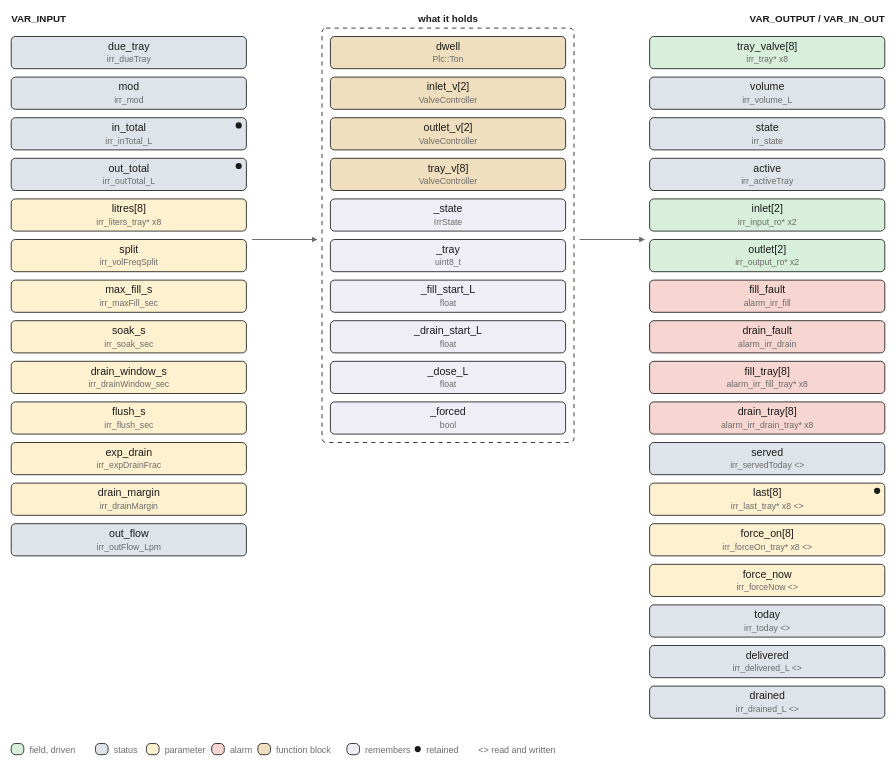
Above: images/logic/irrigation.drawio.svg in pstch/botanik2 (draw.io), before the change. Source tidied: cells renumbered, new cells last; positions are measured from the earlier drawing's top-left corner, leaving out a move shared by most shapes.
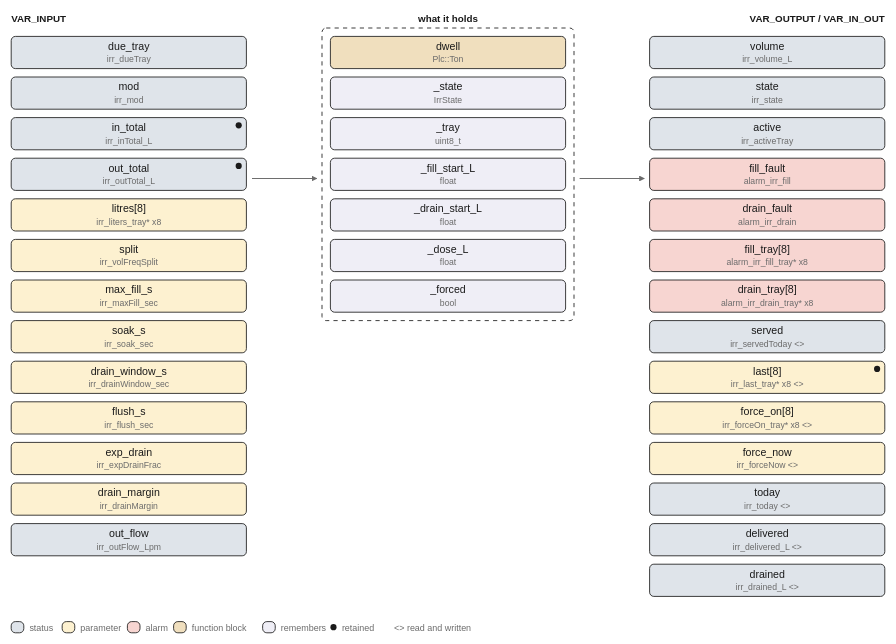
After the commit.

Diff of the diagram source:
```diff
@@ -56,149 +56,125 @@
     <mxCell id="19" value="out_flow" style="rounded=1;fillColor=#dfe4ea;strokeColor=#1a1a1a;whiteSpace=wrap;html=1;fontSize=8;" parent="1" vertex="1">
       <mxGeometry y="365" width="168" height="23" as="geometry" />
     </mxCell>
-    <mxCell id="20" value="tray_valve[8]" style="rounded=1;fillColor=#d7efdb;strokeColor=#1a1a1a;whiteSpace=wrap;html=1;fontSize=8;" parent="1" vertex="1">
+    <mxCell id="20" value="volume" style="rounded=1;fillColor=#dfe4ea;strokeColor=#1a1a1a;whiteSpace=wrap;html=1;fontSize=8;" parent="1" vertex="1">
       <mxGeometry x="456" y="17" width="168" height="23" as="geometry" />
     </mxCell>
-    <mxCell id="21" value="volume" style="rounded=1;fillColor=#dfe4ea;strokeColor=#1a1a1a;whiteSpace=wrap;html=1;fontSize=8;" parent="1" vertex="1">
+    <mxCell id="21" value="state" style="rounded=1;fillColor=#dfe4ea;strokeColor=#1a1a1a;whiteSpace=wrap;html=1;fontSize=8;" parent="1" vertex="1">
       <mxGeometry x="456" y="46" width="168" height="23" as="geometry" />
     </mxCell>
-    <mxCell id="22" value="state" style="rounded=1;fillColor=#dfe4ea;strokeColor=#1a1a1a;whiteSpace=wrap;html=1;fontSize=8;" parent="1" vertex="1">
+    <mxCell id="22" value="active" style="rounded=1;fillColor=#dfe4ea;strokeColor=#1a1a1a;whiteSpace=wrap;html=1;fontSize=8;" parent="1" vertex="1">
       <mxGeometry x="456" y="75" width="168" height="23" as="geometry" />
     </mxCell>
-    <mxCell id="23" value="active" style="rounded=1;fillColor=#dfe4ea;strokeColor=#1a1a1a;whiteSpace=wrap;html=1;fontSize=8;" parent="1" vertex="1">
+    <mxCell id="23" value="fill_fault" style="rounded=1;fillColor=#f7d5d1;strokeColor=#1a1a1a;whiteSpace=wrap;html=1;fontSize=8;" parent="1" vertex="1">
       <mxGeometry x="456" y="104" width="168" height="23" as="geometry" />
     </mxCell>
-    <mxCell id="24" value="inlet[2]" style="rounded=1;fillColor=#d7efdb;strokeColor=#1a1a1a;whiteSpace=wrap;html=1;fontSize=8;" parent="1" vertex="1">
+    <mxCell id="24" value="drain_fault" style="rounded=1;fillColor=#f7d5d1;strokeColor=#1a1a1a;whiteSpace=wrap;html=1;fontSize=8;" parent="1" vertex="1">
       <mxGeometry x="456" y="133" width="168" height="23" as="geometry" />
     </mxCell>
-    <mxCell id="25" value="outlet[2]" style="rounded=1;fillColor=#d7efdb;strokeColor=#1a1a1a;whiteSpace=wrap;html=1;fontSize=8;" parent="1" vertex="1">
+    <mxCell id="25" value="fill_tray[8]" style="rounded=1;fillColor=#f7d5d1;strokeColor=#1a1a1a;whiteSpace=wrap;html=1;fontSize=8;" parent="1" vertex="1">
       <mxGeometry x="456" y="162" width="168" height="23" as="geometry" />
     </mxCell>
-    <mxCell id="26" value="fill_fault" style="rounded=1;fillColor=#f7d5d1;strokeColor=#1a1a1a;whiteSpace=wrap;html=1;fontSize=8;" parent="1" vertex="1">
+    <mxCell id="26" value="drain_tray[8]" style="rounded=1;fillColor=#f7d5d1;strokeColor=#1a1a1a;whiteSpace=wrap;html=1;fontSize=8;" parent="1" vertex="1">
       <mxGeometry x="456" y="191" width="168" height="23" as="geometry" />
     </mxCell>
-    <mxCell id="27" value="drain_fault" style="rounded=1;fillColor=#f7d5d1;strokeColor=#1a1a1a;whiteSpace=wrap;html=1;fontSize=8;" parent="1" vertex="1">
+    <mxCell id="27" value="served" style="rounded=1;fillColor=#dfe4ea;strokeColor=#1a1a1a;whiteSpace=wrap;html=1;fontSize=8;" parent="1" vertex="1">
       <mxGeometry x="456" y="220" width="168" height="23" as="geometry" />
     </mxCell>
-    <mxCell id="28" value="fill_tray[8]" style="rounded=1;fillColor=#f7d5d1;strokeColor=#1a1a1a;whiteSpace=wrap;html=1;fontSize=8;" parent="1" vertex="1">
+    <mxCell id="28" value="last[8]" style="rounded=1;fillColor=#fdf1d0;strokeColor=#1a1a1a;whiteSpace=wrap;html=1;fontSize=8;" parent="1" vertex="1">
       <mxGeometry x="456" y="249" width="168" height="23" as="geometry" />
     </mxCell>
-    <mxCell id="29" value="drain_tray[8]" style="rounded=1;fillColor=#f7d5d1;strokeColor=#1a1a1a;whiteSpace=wrap;html=1;fontSize=8;" parent="1" vertex="1">
-      <mxGeometry x="456" y="278" width="168" height="23" as="geometry" />
-    </mxCell>
+    <mxCell id="66" style="ellipse;fillColor=#1a1a1a;strokeColor=none;" parent="1" vertex="1">
+      <mxGeometry x="616.3" y="252.3" width="4.4" height="4.4" as="geometry" />
+    </mxCell>
-    <mxCell id="30" value="served" style="rounded=1;fillColor=#dfe4ea;strokeColor=#1a1a1a;whiteSpace=wrap;html=1;fontSize=8;" parent="1" vertex="1">
-      <mxGeometry x="456" y="307" width="168" height="23" as="geometry" />
+    <mxCell id="30" value="force_on[8]" style="rounded=1;fillColor=#fdf1d0;strokeColor=#1a1a1a;whiteSpace=wrap;html=1;fontSize=8;" parent="1" vertex="1">
+      <mxGeometry x="456" y="278" width="168" height="23" as="geometry" />
     </mxCell>
-    <mxCell id="31" value="last[8]" style="rounded=1;fillColor=#fdf1d0;strokeColor=#1a1a1a;whiteSpace=wrap;html=1;fontSize=8;" parent="1" vertex="1">
-      <mxGeometry x="456" y="336" width="168" height="23" as="geometry" />
+    <mxCell id="31" value="force_now" style="rounded=1;fillColor=#fdf1d0;strokeColor=#1a1a1a;whiteSpace=wrap;html=1;fontSize=8;" parent="1" vertex="1">
+      <mxGeometry x="456" y="307" width="168" height="23" as="geometry" />
     </mxCell>
-    <mxCell id="32" style="ellipse;fillColor=#1a1a1a;strokeColor=none;" parent="1" vertex="1">
-      <mxGeometry x="616.3" y="339.3" width="4.4" height="4.4" as="geometry" />
-    </mxCell>
+    <mxCell id="67" value="today" style="rounded=1;fillColor=#dfe4ea;strokeColor=#1a1a1a;whiteSpace=wrap;html=1;fontSize=8;" parent="1" vertex="1">
+      <mxGeometry x="456" y="336" width="168" height="23" as="geometry" />
+    </mxCell>
-    <mxCell id="33" value="force_on[8]" style="rounded=1;fillColor=#fdf1d0;strokeColor=#1a1a1a;whiteSpace=wrap;html=1;fontSize=8;" parent="1" vertex="1">
+    <mxCell id="33" value="delivered" style="rounded=1;fillColor=#dfe4ea;strokeColor=#1a1a1a;whiteSpace=wrap;html=1;fontSize=8;" parent="1" vertex="1">
       <mxGeometry x="456" y="365" width="168" height="23" as="geometry" />
     </mxCell>
-    <mxCell id="34" value="force_now" style="rounded=1;fillColor=#fdf1d0;strokeColor=#1a1a1a;whiteSpace=wrap;html=1;fontSize=8;" parent="1" vertex="1">
+    <mxCell id="34" value="drained" style="rounded=1;fillColor=#dfe4ea;strokeColor=#1a1a1a;whiteSpace=wrap;html=1;fontSize=8;" parent="1" vertex="1">
       <mxGeometry x="456" y="394" width="168" height="23" as="geometry" />
     </mxCell>
-    <mxCell id="35" value="today" style="rounded=1;fillColor=#dfe4ea;strokeColor=#1a1a1a;whiteSpace=wrap;html=1;fontSize=8;" parent="1" vertex="1">
-      <mxGeometry x="456" y="423" width="168" height="23" as="geometry" />
+    <mxCell id="35" style="rounded=1;fillColor=#ffffff;strokeColor=#1a1a1a;whiteSpace=wrap;html=1;fontSize=8;dashed=1;" parent="1" vertex="1">
+      <mxGeometry x="222" y="11" width="180" height="209" as="geometry" />
     </mxCell>
-    <mxCell id="36" value="delivered" style="rounded=1;fillColor=#dfe4ea;strokeColor=#1a1a1a;whiteSpace=wrap;html=1;fontSize=8;" parent="1" vertex="1">
-      <mxGeometry x="456" y="452" width="168" height="23" as="geometry" />
+    <mxCell id="36" value="dwell" style="rounded=1;fillColor=#f0dfbe;strokeColor=#1a1a1a;whiteSpace=wrap;html=1;fontSize=8;" parent="1" vertex="1">
+      <mxGeometry x="228" y="17" width="168" height="23" as="geometry" />
     </mxCell>
-    <mxCell id="37" value="drained" style="rounded=1;fillColor=#dfe4ea;strokeColor=#1a1a1a;whiteSpace=wrap;html=1;fontSize=8;" parent="1" vertex="1">
-      <mxGeometry x="456" y="481" width="168" height="23" as="geometry" />
+    <mxCell id="37" value="_state" style="rounded=1;fillColor=#efeef6;strokeColor=#1a1a1a;whiteSpace=wrap;html=1;fontSize=8;" parent="1" vertex="1">
+      <mxGeometry x="228" y="46" width="168" height="23" as="geometry" />
     </mxCell>
-    <mxCell id="38" style="rounded=1;fillColor=#ffffff;strokeColor=#1a1a1a;whiteSpace=wrap;html=1;fontSize=8;dashed=1;" parent="1" vertex="1">
-      <mxGeometry x="222" y="11" width="180" height="296" as="geometry" />
+    <mxCell id="38" value="_tray" style="rounded=1;fillColor=#efeef6;strokeColor=#1a1a1a;whiteSpace=wrap;html=1;fontSize=8;" parent="1" vertex="1">
+      <mxGeometry x="228" y="75" width="168" height="23" as="geometry" />
     </mxCell>
-    <mxCell id="39" value="dwell" style="rounded=1;fillColor=#f0dfbe;strokeColor=#1a1a1a;whiteSpace=wrap;html=1;fontSize=8;" parent="1" vertex="1">
-      <mxGeometry x="228" y="17" width="168" height="23" as="geometry" />
+    <mxCell id="39" value="_fill_start_L" style="rounded=1;fillColor=#efeef6;strokeColor=#1a1a1a;whiteSpace=wrap;html=1;fontSize=8;" parent="1" vertex="1">
+      <mxGeometry x="228" y="104" width="168" height="23" as="geometry" />
     </mxCell>
-    <mxCell id="40" value="inlet_v[2]" style="rounded=1;fillColor=#f0dfbe;strokeColor=#1a1a1a;whiteSpace=wrap;html=1;fontSize=8;" parent="1" vertex="1">
-      <mxGeometry x="228" y="46" width="168" height="23" as="geometry" />
+    <mxCell id="40" value="_drain_start_L" style="rounded=1;fillColor=#efeef6;strokeColor=#1a1a1a;whiteSpace=wrap;html=1;fontSize=8;" parent="1" vertex="1">
+      <mxGeometry x="228" y="133" width="168" height="23" as="geometry" />
     </mxCell>
-    <mxCell id="41" value="outlet_v[2]" style="rounded=1;fillColor=#f0dfbe;strokeColor=#1a1a1a;whiteSpace=wrap;html=1;fontSize=8;" parent="1" vertex="1">
-      <mxGeometry x="228" y="75" width="168" height="23" as="geometry" />
+    <mxCell id="41" value="_dose_L" style="rounded=1;fillColor=#efeef6;strokeColor=#1a1a1a;whiteSpace=wrap;html=1;fontSize=8;" parent="1" vertex="1">
+      <mxGeometry x="228" y="162" width="168" height="23" as="geometry" />
     </mxCell>
-    <mxCell id="42" value="tray_v[8]" style="rounded=1;fillColor=#f0dfbe;strokeColor=#1a1a1a;whiteSpace=wrap;html=1;fontSize=8;" parent="1" vertex="1">
-      <mxGeometry x="228" y="104" width="168" height="23" as="geometry" />
+    <mxCell id="42" value="_forced" style="rounded=1;fillColor=#efeef6;strokeColor=#1a1a1a;whiteSpace=wrap;html=1;fontSize=8;" parent="1" vertex="1">
+      <mxGeometry x="228" y="191" width="168" height="23" as="geometry" />
     </mxCell>
-    <mxCell id="43" value="_state" style="rounded=1;fillColor=#efeef6;strokeColor=#1a1a1a;whiteSpace=wrap;html=1;fontSize=8;" parent="1" vertex="1">
-      <mxGeometry x="228" y="133" width="168" height="23" as="geometry" />
-    </mxCell>
-    <mxCell id="44" value="_tray" style="rounded=1;fillColor=#efeef6;strokeColor=#1a1a1a;whiteSpace=wrap;html=1;fontSize=8;" parent="1" vertex="1">
-      <mxGeometry x="228" y="162" width="168" height="23" as="geometry" />
-    </mxCell>
+    <mxCell id="68" style="edgeStyle=none;html=1;strokeColor=#6b6b6b;endArrow=block;" parent="1" edge="1">
+      <mxGeometry relative="1" as="geometry">
+        <mxPoint x="172" y="118.5" as="sourcePoint" />
+        <mxPoint x="218" y="118.5" as="targetPoint" />
+      </mxGeometry>
+    </mxCell>
+    <mxCell id="69" style="edgeStyle=none;html=1;strokeColor=#6b6b6b;endArrow=block;" parent="1" edge="1">
+      <mxGeometry relative="1" as="geometry">
+        <mxPoint x="406" y="118.5" as="sourcePoint" />
+        <mxPoint x="452" y="118.5" as="targetPoint" />
+      </mxGeometry>
+    </mxCell>
-    <mxCell id="45" value="_fill_start_L" style="rounded=1;fillColor=#efeef6;strokeColor=#1a1a1a;whiteSpace=wrap;html=1;fontSize=8;" parent="1" vertex="1">
-      <mxGeometry x="228" y="191" width="168" height="23" as="geometry" />
+    <mxCell id="45" style="rounded=1;fillColor=#dfe4ea;strokeColor=#1a1a1a;whiteSpace=wrap;html=1;fontSize=8;" parent="1" vertex="1">
+      <mxGeometry y="435" width="9" height="8" as="geometry" />
     </mxCell>
-    <mxCell id="46" value="_drain_start_L" style="rounded=1;fillColor=#efeef6;strokeColor=#1a1a1a;whiteSpace=wrap;html=1;fontSize=8;" parent="1" vertex="1">
-      <mxGeometry x="228" y="220" width="168" height="23" as="geometry" />
+    <mxCell id="46" value="status" style="text;html=1;fontSize=6;fontColor=#6b6b6b;align=left;" parent="1" vertex="1">
+      <mxGeometry x="13" y="435.6" width="40" height="10.4" as="geometry" />
     </mxCell>
-    <mxCell id="47" value="_dose_L" style="rounded=1;fillColor=#efeef6;strokeColor=#1a1a1a;whiteSpace=wrap;html=1;fontSize=8;" parent="1" vertex="1">
-      <mxGeometry x="228" y="249" width="168" height="23" as="geometry" />
+    <mxCell id="47" style="rounded=1;fillColor=#fdf1d0;strokeColor=#1a1a1a;whiteSpace=wrap;html=1;fontSize=8;" parent="1" vertex="1">
+      <mxGeometry x="36.4" y="435" width="9" height="8" as="geometry" />
     </mxCell>
-    <mxCell id="48" value="_forced" style="rounded=1;fillColor=#efeef6;strokeColor=#1a1a1a;whiteSpace=wrap;html=1;fontSize=8;" parent="1" vertex="1">
-      <mxGeometry x="228" y="278" width="168" height="23" as="geometry" />
+    <mxCell id="48" value="parameter" style="text;html=1;fontSize=6;fontColor=#6b6b6b;align=left;" parent="1" vertex="1">
+      <mxGeometry x="49.4" y="435.6" width="45" height="10.4" as="geometry" />
     </mxCell>
-    <mxCell id="49" style="edgeStyle=none;html=1;strokeColor=#6b6b6b;endArrow=block;" parent="1" edge="1">
-      <mxGeometry relative="1" as="geometry">
-        <mxPoint x="172" y="162" as="sourcePoint" />
-        <mxPoint x="218" y="162" as="targetPoint" />
-      </mxGeometry>
-    </mxCell>
-    <mxCell id="50" style="edgeStyle=none;html=1;strokeColor=#6b6b6b;endArrow=block;" parent="1" edge="1">
-      <mxGeometry relative="1" as="geometry">
-        <mxPoint x="406" y="162" as="sourcePoint" />
-        <mxPoint x="452" y="162" as="targetPoint" />
-      </mxGeometry>
-    </mxCell>
+    <mxCell id="70" style="rounded=1;fillColor=#f7d5d1;strokeColor=#1a1a1a;whiteSpace=wrap;html=1;fontSize=8;" parent="1" vertex="1">
+      <mxGeometry x="83" y="435" width="9" height="8" as="geometry" />
+    </mxCell>
+    <mxCell id="58" value="alarm" style="text;html=1;fontSize=6;fontColor=#6b6b6b;align=left;" parent="1" vertex="1">
+      <mxGeometry x="96" y="435.6" width="40" height="10.4" as="geometry" />
+    </mxCell>
-    <mxCell id="51" style="rounded=1;fillColor=#d7efdb;strokeColor=#1a1a1a;whiteSpace=wrap;html=1;fontSize=8;" parent="1" vertex="1">
-      <mxGeometry y="522" width="9" height="8" as="geometry" />
+    <mxCell id="51" style="rounded=1;fillColor=#f0dfbe;strokeColor=#1a1a1a;whiteSpace=wrap;html=1;fontSize=8;" parent="1" vertex="1">
+      <mxGeometry x="116" y="435" width="9" height="8" as="geometry" />
     </mxCell>
-    <mxCell id="52" value="field, driven" style="text;html=1;fontSize=6;fontColor=#6b6b6b;align=left;" parent="1" vertex="1">
-      <mxGeometry x="13" y="522.6" width="65" height="10.4" as="geometry" />
+    <mxCell id="52" value="function block" style="text;html=1;fontSize=6;fontColor=#6b6b6b;align=left;" parent="1" vertex="1">
+      <mxGeometry x="129" y="435.6" width="70" height="10.4" as="geometry" />
     </mxCell>
-    <mxCell id="53" style="rounded=1;fillColor=#dfe4ea;strokeColor=#1a1a1a;whiteSpace=wrap;html=1;fontSize=8;" parent="1" vertex="1">
-      <mxGeometry x="60.2" y="522" width="9" height="8" as="geometry" />
+    <mxCell id="53" style="rounded=1;fillColor=#efeef6;strokeColor=#1a1a1a;whiteSpace=wrap;html=1;fontSize=8;" parent="1" vertex="1">
+      <mxGeometry x="179.6" y="435" width="9" height="8" as="geometry" />
     </mxCell>
-    <mxCell id="54" value="status" style="text;html=1;fontSize=6;fontColor=#6b6b6b;align=left;" parent="1" vertex="1">
-      <mxGeometry x="73.2" y="522.6" width="40" height="10.4" as="geometry" />
+    <mxCell id="54" value="remembers" style="text;html=1;fontSize=6;fontColor=#6b6b6b;align=left;" parent="1" vertex="1">
+      <mxGeometry x="192.6" y="435.6" width="45" height="10.4" as="geometry" />
     </mxCell>
-    <mxCell id="55" style="rounded=1;fillColor=#fdf1d0;strokeColor=#1a1a1a;whiteSpace=wrap;html=1;fontSize=8;" parent="1" vertex="1">
-      <mxGeometry x="96.6" y="522" width="9" height="8" as="geometry" />
-    </mxCell>
+    <mxCell id="71" style="ellipse;fillColor=#1a1a1a;strokeColor=none;" parent="1" vertex="1">
+      <mxGeometry x="228" y="436.8" width="4.4" height="4.4" as="geometry" />
+    </mxCell>
-    <mxCell id="56" value="parameter" style="text;html=1;fontSize=6;fontColor=#6b6b6b;align=left;" parent="1" vertex="1">
-      <mxGeometry x="109.6" y="522.6" width="45" height="10.4" as="geometry" />
+    <mxCell id="56" value="retained" style="text;html=1;fontSize=6;fontColor=#6b6b6b;align=left;" parent="1" vertex="1">
+      <mxGeometry x="236.2" y="435.6" width="40" height="10.4" as="geometry" />
     </mxCell>
-    <mxCell id="57" style="rounded=1;fillColor=#f7d5d1;strokeColor=#1a1a1a;whiteSpace=wrap;html=1;fontSize=8;" parent="1" vertex="1">
-      <mxGeometry x="143.2" y="522" width="9" height="8" as="geometry" />
+    <mxCell id="57" value="&lt;&gt; read and written" style="text;html=1;fontSize=6;fontColor=#6b6b6b;align=left;" parent="1" vertex="1">
+      <mxGeometry x="273.4" y="435.6" width="95" height="10.4" as="geometry" />
     </mxCell>
-    <mxCell id="58" value="alarm" style="text;html=1;fontSize=6;fontColor=#6b6b6b;align=left;" parent="1" vertex="1">
-      <mxGeometry x="156.2" y="522.6" width="40" height="10.4" as="geometry" />
-    </mxCell>
-    <mxCell id="59" style="rounded=1;fillColor=#f0dfbe;strokeColor=#1a1a1a;whiteSpace=wrap;html=1;fontSize=8;" parent="1" vertex="1">
-      <mxGeometry x="176.2" y="522" width="9" height="8" as="geometry" />
-    </mxCell>
-    <mxCell id="60" value="function block" style="text;html=1;fontSize=6;fontColor=#6b6b6b;align=left;" parent="1" vertex="1">
-      <mxGeometry x="189.2" y="522.6" width="70" height="10.4" as="geometry" />
-    </mxCell>
-    <mxCell id="61" style="rounded=1;fillColor=#efeef6;strokeColor=#1a1a1a;whiteSpace=wrap;html=1;fontSize=8;" parent="1" vertex="1">
-      <mxGeometry x="239.8" y="522" width="9" height="8" as="geometry" />
-    </mxCell>
-    <mxCell id="62" value="remembers" style="text;html=1;fontSize=6;fontColor=#6b6b6b;align=left;" parent="1" vertex="1">
-      <mxGeometry x="252.8" y="522.6" width="45" height="10.4" as="geometry" />
-    </mxCell>
-    <mxCell id="63" style="ellipse;fillColor=#1a1a1a;strokeColor=none;" parent="1" vertex="1">
-      <mxGeometry x="288.2" y="523.8" width="4.4" height="4.4" as="geometry" />
-    </mxCell>
-    <mxCell id="64" value="retained" style="text;html=1;fontSize=6;fontColor=#6b6b6b;align=left;" parent="1" vertex="1">
-      <mxGeometry x="296.4" y="522.6" width="40" height="10.4" as="geometry" />
-    </mxCell>
-    <mxCell id="65" value="&lt;&gt; read and written" style="text;html=1;fontSize=6;fontColor=#6b6b6b;align=left;" parent="1" vertex="1">
-      <mxGeometry x="333.6" y="522.6" width="95" height="10.4" as="geometry" />
-    </mxCell>
   </root>
 </mxGraphModel>
```
